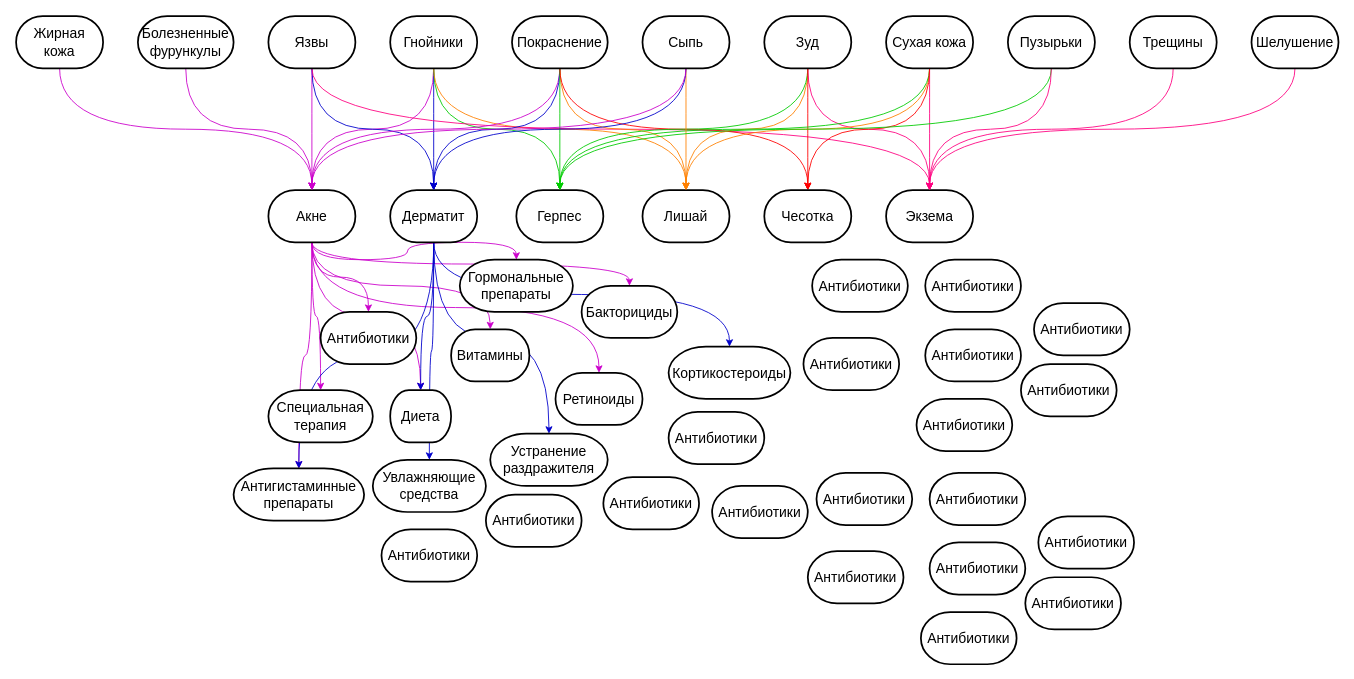
This is DZ2.drawio from DMfananddu/DSM, a draw.io file, before an edit. Source tidied: cells renumbered, new cells numbered last; positions are measured from the earlier drawing's top-left corner, leaving out a move shared by most shapes. Both pictures are drawn from the tidied source at 87%, with x=0, y=0 at pixel (16, 16).
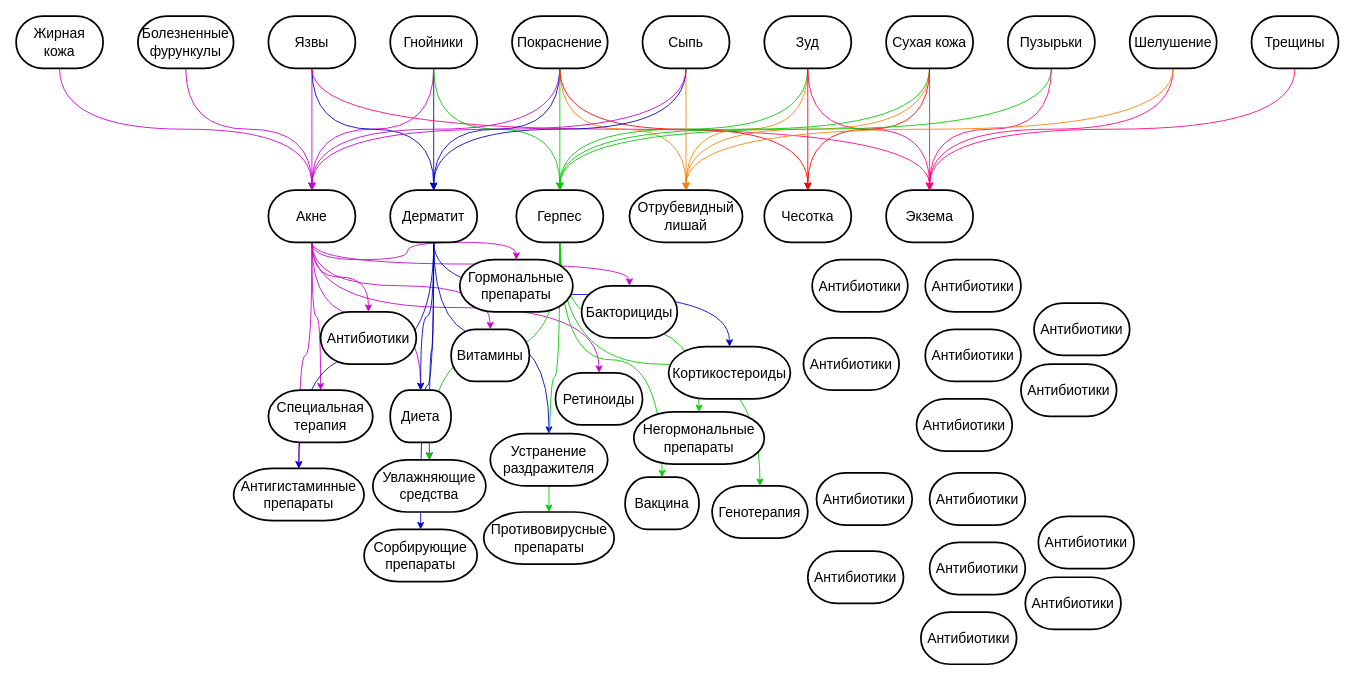
After the change.

The change refers to these unchanged cells:
```xml
<mxCell id="17" value="Дерматит" style="strokeWidth=2;html=1;shape=mxgraph.flowchart.terminator;whiteSpace=wrap;fontSize=16;" parent="1" vertex="1">
  <mxGeometry x="430" y="200" width="100" height="60" as="geometry" />
</mxCell>
<mxCell id="19" value="Герпес" style="strokeWidth=2;html=1;shape=mxgraph.flowchart.terminator;whiteSpace=wrap;fontSize=16;" parent="1" vertex="1">
  <mxGeometry x="575" y="200" width="100" height="60" as="geometry" />
</mxCell>
<mxCell id="24" value="Гнойники" style="strokeWidth=2;html=1;shape=mxgraph.flowchart.terminator;whiteSpace=wrap;fontSize=16;" parent="1" vertex="1">
  <mxGeometry x="430" width="100" height="60" as="geometry" />
</mxCell>
<mxCell id="64" value="Увлажняющие средства" style="strokeWidth=2;html=1;shape=mxgraph.flowchart.terminator;whiteSpace=wrap;fontSize=16;" parent="1" vertex="1">
  <mxGeometry x="410" y="510" width="130" height="60" as="geometry" />
</mxCell>
```

Diff of the diagram source:
```diff
@@
+    <mxCell id="91" style="edgeStyle=orthogonalEdgeStyle;curved=1;rounded=0;jettySize=auto;html=1;exitX=0.5;exitY=1;exitDx=0;exitDy=0;exitPerimeter=0;entryX=0.5;entryY=0;entryDx=0;entryDy=0;entryPerimeter=0;strokeColor=#0000CC;" parent="1" edge="1" source="17" target="71">
+      <mxGeometry relative="1" as="geometry" />
+    </mxCell>
@@
-    <mxCell id="18" value="Лишай" style="strokeWidth=2;html=1;shape=mxgraph.flowchart.terminator;whiteSpace=wrap;fontSize=16;" parent="1" vertex="1">
-      <mxGeometry x="720" y="200" width="100" height="60" as="geometry" />
+    <mxCell id="18" value="Отрубевидный лишай" style="strokeWidth=2;html=1;shape=mxgraph.flowchart.terminator;whiteSpace=wrap;fontSize=16;" parent="1" vertex="1">
+      <mxGeometry x="705" y="200" width="130" height="60" as="geometry" />
     </mxCell>
+    <mxCell id="92" style="edgeStyle=orthogonalEdgeStyle;curved=1;rounded=0;jettySize=auto;html=1;exitX=0.5;exitY=1;exitDx=0;exitDy=0;exitPerimeter=0;entryX=0.5;entryY=0;entryDx=0;entryDy=0;entryPerimeter=0;strokeColor=#00CC00;" parent="1" edge="1" source="19" target="70">
+      <mxGeometry relative="1" as="geometry" />
+    </mxCell>
+    <mxCell id="93" style="edgeStyle=orthogonalEdgeStyle;curved=1;rounded=0;jettySize=auto;html=1;exitX=0.5;exitY=1;exitDx=0;exitDy=0;exitPerimeter=0;entryX=0.5;entryY=0;entryDx=0;entryDy=0;entryPerimeter=0;strokeColor=#00CC00;" parent="1" edge="1" source="19" target="64">
+      <mxGeometry relative="1" as="geometry" />
+    </mxCell>
+    <mxCell id="94" style="edgeStyle=orthogonalEdgeStyle;curved=1;rounded=0;jettySize=auto;html=1;exitX=0.5;exitY=1;exitDx=0;exitDy=0;exitPerimeter=0;entryX=0.5;entryY=0;entryDx=0;entryDy=0;entryPerimeter=0;strokeColor=#00CC00;" parent="1" edge="1" source="19" target="74">
+      <mxGeometry relative="1" as="geometry" />
+    </mxCell>
+    <mxCell id="95" style="edgeStyle=orthogonalEdgeStyle;curved=1;rounded=0;jettySize=auto;html=1;exitX=0.5;exitY=1;exitDx=0;exitDy=0;exitPerimeter=0;entryX=0.5;entryY=0;entryDx=0;entryDy=0;entryPerimeter=0;strokeColor=#00CC00;" parent="1" edge="1" source="19" target="69">
+      <mxGeometry relative="1" as="geometry" />
+    </mxCell>
+    <mxCell id="96" style="edgeStyle=orthogonalEdgeStyle;curved=1;rounded=0;jettySize=auto;html=1;exitX=0.5;exitY=1;exitDx=0;exitDy=0;exitPerimeter=0;entryX=0.5;entryY=0;entryDx=0;entryDy=0;entryPerimeter=0;strokeColor=#00CC00;" parent="1" edge="1" source="19" target="76">
+      <mxGeometry relative="1" as="geometry" />
+    </mxCell>
@@
-    <mxCell id="23" style="edgeStyle=orthogonalEdgeStyle;curved=1;rounded=0;jettySize=auto;html=1;exitX=0.5;exitY=1;exitDx=0;exitDy=0;exitPerimeter=0;entryX=0.5;entryY=0;entryDx=0;entryDy=0;entryPerimeter=0;strokeColor=#FF8000;" parent="1" edge="1" source="24" target="18">
-      <mxGeometry relative="1" as="geometry" />
-    </mxCell>
@@
+    <mxCell id="97" style="edgeStyle=orthogonalEdgeStyle;curved=1;rounded=0;jettySize=auto;html=1;exitX=0.5;exitY=1;exitDx=0;exitDy=0;exitPerimeter=0;entryX=0.5;entryY=0;entryDx=0;entryDy=0;entryPerimeter=0;strokeColor=#FF8000;" parent="1" edge="1" source="57" target="18">
+      <mxGeometry relative="1" as="geometry" />
+    </mxCell>
     <mxCell id="57" value="Шелушение" style="strokeWidth=2;html=1;shape=mxgraph.flowchart.terminator;whiteSpace=wrap;fontSize=16;" parent="1" vertex="1">
-      <mxGeometry x="1420" width="100" height="60" as="geometry" />
+      <mxGeometry x="1280" width="100" height="60" as="geometry" />
     </mxCell>
@@
     <mxCell id="59" value="Трещины" style="strokeWidth=2;html=1;shape=mxgraph.flowchart.terminator;whiteSpace=wrap;fontSize=16;" parent="1" vertex="1">
-      <mxGeometry x="1280" width="100" height="60" as="geometry" />
+      <mxGeometry x="1420" width="100" height="60" as="geometry" />
     </mxCell>
@@
-    <mxCell id="69" value="Антибиотики" style="strokeWidth=2;html=1;shape=mxgraph.flowchart.terminator;whiteSpace=wrap;fontSize=16;" parent="1" vertex="1">
-      <mxGeometry x="675" y="530" width="110" height="60" as="geometry" />
+    <mxCell id="69" value="Вакцина" style="strokeWidth=2;html=1;shape=mxgraph.flowchart.terminator;whiteSpace=wrap;fontSize=16;" parent="1" vertex="1">
+      <mxGeometry x="700" y="530" width="85" height="60" as="geometry" />
     </mxCell>
-    <mxCell id="70" value="Антибиотики" style="strokeWidth=2;html=1;shape=mxgraph.flowchart.terminator;whiteSpace=wrap;fontSize=16;" parent="1" vertex="1">
-      <mxGeometry x="540" y="550" width="110" height="60" as="geometry" />
+    <mxCell id="70" value="Противовирусные препараты" style="strokeWidth=2;html=1;shape=mxgraph.flowchart.terminator;whiteSpace=wrap;fontSize=16;" parent="1" vertex="1">
+      <mxGeometry x="537.5" y="570" width="150" height="60" as="geometry" />
     </mxCell>
-    <mxCell id="71" value="Антибиотики" style="strokeWidth=2;html=1;shape=mxgraph.flowchart.terminator;whiteSpace=wrap;fontSize=16;" parent="1" vertex="1">
-      <mxGeometry x="420" y="590" width="110" height="60" as="geometry" />
+    <mxCell id="71" value="Сорбирующие препараты" style="strokeWidth=2;html=1;shape=mxgraph.flowchart.terminator;whiteSpace=wrap;fontSize=16;" parent="1" vertex="1">
+      <mxGeometry x="400" y="590" width="130" height="60" as="geometry" />
     </mxCell>
@@
-    <mxCell id="74" value="Антибиотики" style="strokeWidth=2;html=1;shape=mxgraph.flowchart.terminator;whiteSpace=wrap;fontSize=16;" parent="1" vertex="1">
-      <mxGeometry x="750" y="455" width="110" height="60" as="geometry" />
+    <mxCell id="74" value="Негормональные препараты" style="strokeWidth=2;html=1;shape=mxgraph.flowchart.terminator;whiteSpace=wrap;fontSize=16;" parent="1" vertex="1">
+      <mxGeometry x="710" y="455" width="150" height="60" as="geometry" />
     </mxCell>
@@
-    <mxCell id="76" value="Антибиотики" style="strokeWidth=2;html=1;shape=mxgraph.flowchart.terminator;whiteSpace=wrap;fontSize=16;" parent="1" vertex="1">
+    <mxCell id="76" value="Генотерапия" style="strokeWidth=2;html=1;shape=mxgraph.flowchart.terminator;whiteSpace=wrap;fontSize=16;" parent="1" vertex="1">
       <mxGeometry x="800" y="540" width="110" height="60" as="geometry" />
     </mxCell>
```
